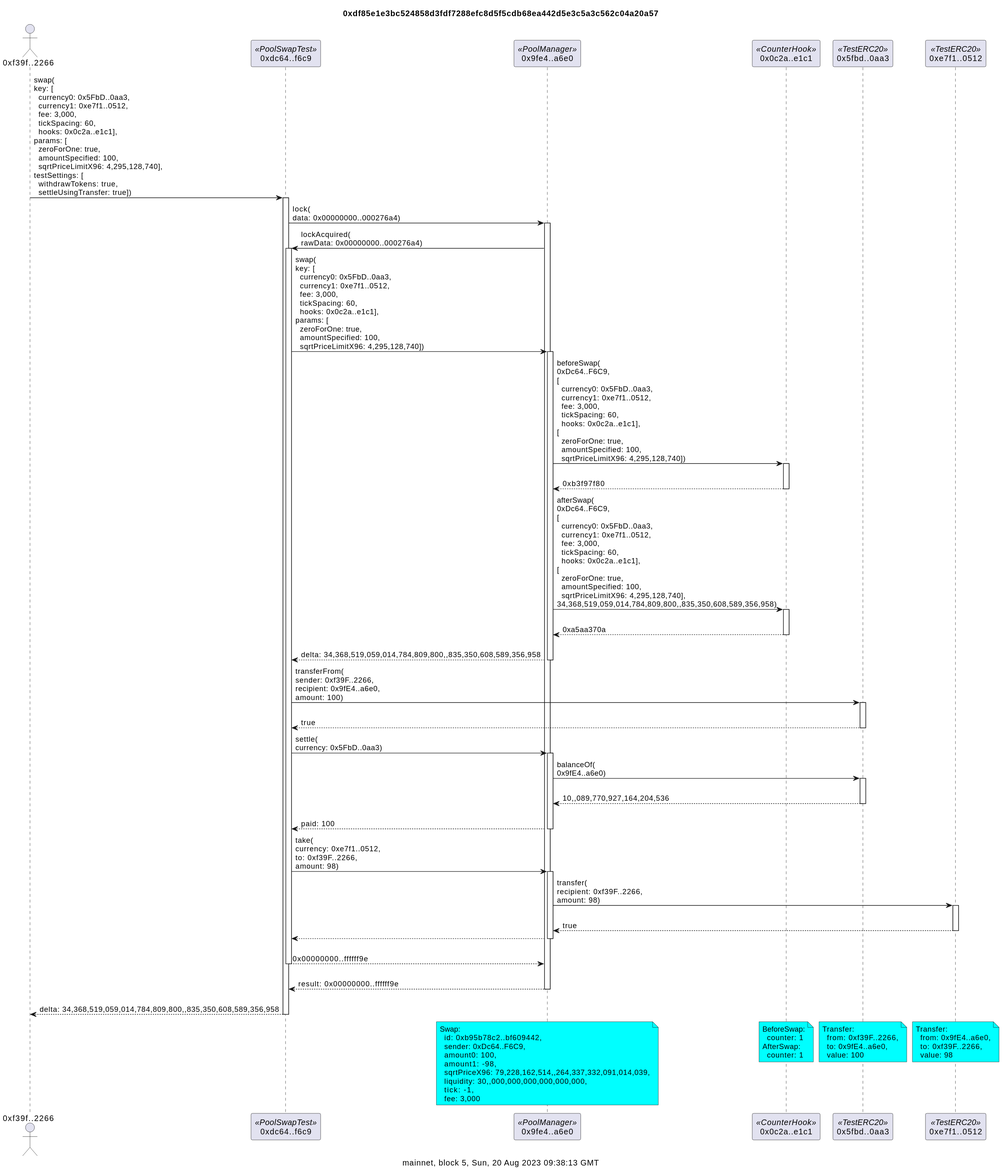
Before: docs/counterSwapDetailed.svg, a diagram exported from PlantUML (naddison36/uniswap-v4-hooks). Its diagram source:
```plantuml
@startuml
title 0xdf85e1e3bc524858d3fdf7288efc8d5f5cdb68ea442d5e3c5a3c562c04a20a57

caption mainnet, block 5, Sun, 20 Aug 2023 09:38:13 GMT
actor "0xf39f..2266" as f39f2266
participant "0xdc64..f6c9" as dc64f6c9 <<PoolSwapTest>>
participant "0x9fe4..a6e0" as 9fe4a6e0 <<PoolManager>>
participant "0x0c2a..e1c1" as 0c2ae1c1 <<CounterHook>>
participant "0x5fbd..0aa3" as 5fbd0aa3 <<TestERC20>>
participant "0xe7f1..0512" as e7f10512 <<TestERC20>>

f39f2266 -> dc64f6c9: swap(\nkey: [\n  currency0: 0x5FbD..0aa3,\n  currency1: 0xe7f1..0512,\n  fee: 3,000,\n  tickSpacing: 60,\n  hooks: 0x0c2a..e1c1],\nparams: [\n  zeroForOne: true,\n  amountSpecified: 100,\n  sqrtPriceLimitX96: 4,295,128,740],\ntestSettings: [\n  withdrawTokens: true,\n  settleUsingTransfer: true])
activate dc64f6c9
dc64f6c9 -> 9fe4a6e0: lock(\ndata: 0x00000000..000276a4)
activate 9fe4a6e0
9fe4a6e0 -> dc64f6c9: lockAcquired(\nrawData: 0x00000000..000276a4)
activate dc64f6c9
dc64f6c9 -> 9fe4a6e0: swap(\nkey: [\n  currency0: 0x5FbD..0aa3,\n  currency1: 0xe7f1..0512,\n  fee: 3,000,\n  tickSpacing: 60,\n  hooks: 0x0c2a..e1c1],\nparams: [\n  zeroForOne: true,\n  amountSpecified: 100,\n  sqrtPriceLimitX96: 4,295,128,740])
activate 9fe4a6e0
9fe4a6e0 -> 0c2ae1c1: beforeSwap(\n0xDc64..F6C9,\n[\n  currency0: 0x5FbD..0aa3,\n  currency1: 0xe7f1..0512,\n  fee: 3,000,\n  tickSpacing: 60,\n  hooks: 0x0c2a..e1c1],\n[\n  zeroForOne: true,\n  amountSpecified: 100,\n  sqrtPriceLimitX96: 4,295,128,740])
activate 0c2ae1c1
return\n0xb3f97f80
9fe4a6e0 -> 0c2ae1c1: afterSwap(\n0xDc64..F6C9,\n[\n  currency0: 0x5FbD..0aa3,\n  currency1: 0xe7f1..0512,\n  fee: 3,000,\n  tickSpacing: 60,\n  hooks: 0x0c2a..e1c1],\n[\n  zeroForOne: true,\n  amountSpecified: 100,\n  sqrtPriceLimitX96: 4,295,128,740],\n34,368,519,059,014,784,809,800,,835,350,608,589,356,958)
activate 0c2ae1c1
return\n0xa5aa370a
return\ndelta: 34,368,519,059,014,784,809,800,,835,350,608,589,356,958
dc64f6c9 -> 5fbd0aa3: transferFrom(\nsender: 0xf39F..2266,\nrecipient: 0x9fE4..a6e0,\namount: 100)
activate 5fbd0aa3
return\ntrue
dc64f6c9 -> 9fe4a6e0: settle(\ncurrency: 0x5FbD..0aa3)
activate 9fe4a6e0
9fe4a6e0 -> 5fbd0aa3: balanceOf(\n0x9fE4..a6e0)
activate 5fbd0aa3
return\n10,,089,770,927,164,204,536
return\npaid: 100
dc64f6c9 -> 9fe4a6e0: take(\ncurrency: 0xe7f1..0512,\nto: 0xf39F..2266,\namount: 98)
activate 9fe4a6e0
9fe4a6e0 -> e7f10512: transfer(\nrecipient: 0xf39F..2266,\namount: 98)
activate e7f10512
return\ntrue
return
return\n0x00000000..ffffff9e
return\nresult: 0x00000000..ffffff9e
return\ndelta: 34,368,519,059,014,784,809,800,,835,350,608,589,356,958

note over 9fe4a6e0 #aqua
Swap:
  id: 0xb95b78c2..bf609442,
  sender: 0xDc64..F6C9,
  amount0: 100,
  amount1: -98,
  sqrtPriceX96: 79,228,162,514,,264,337,332,091,014,039,
  liquidity: 30,,000,000,000,000,000,000,
  tick: -1,
  fee: 3,000
end note

/ note over 0c2ae1c1 #aqua
BeforeSwap:
  counter: 1
AfterSwap:
  counter: 1
end note

/ note over 5fbd0aa3 #aqua
Transfer:
  from: 0xf39F..2266,
  to: 0x9fE4..a6e0,
  value: 100
end note

/ note over e7f10512 #aqua
Transfer:
  from: 0x9fE4..a6e0,
  to: 0xf39F..2266,
  value: 98
end note
@enduml
```
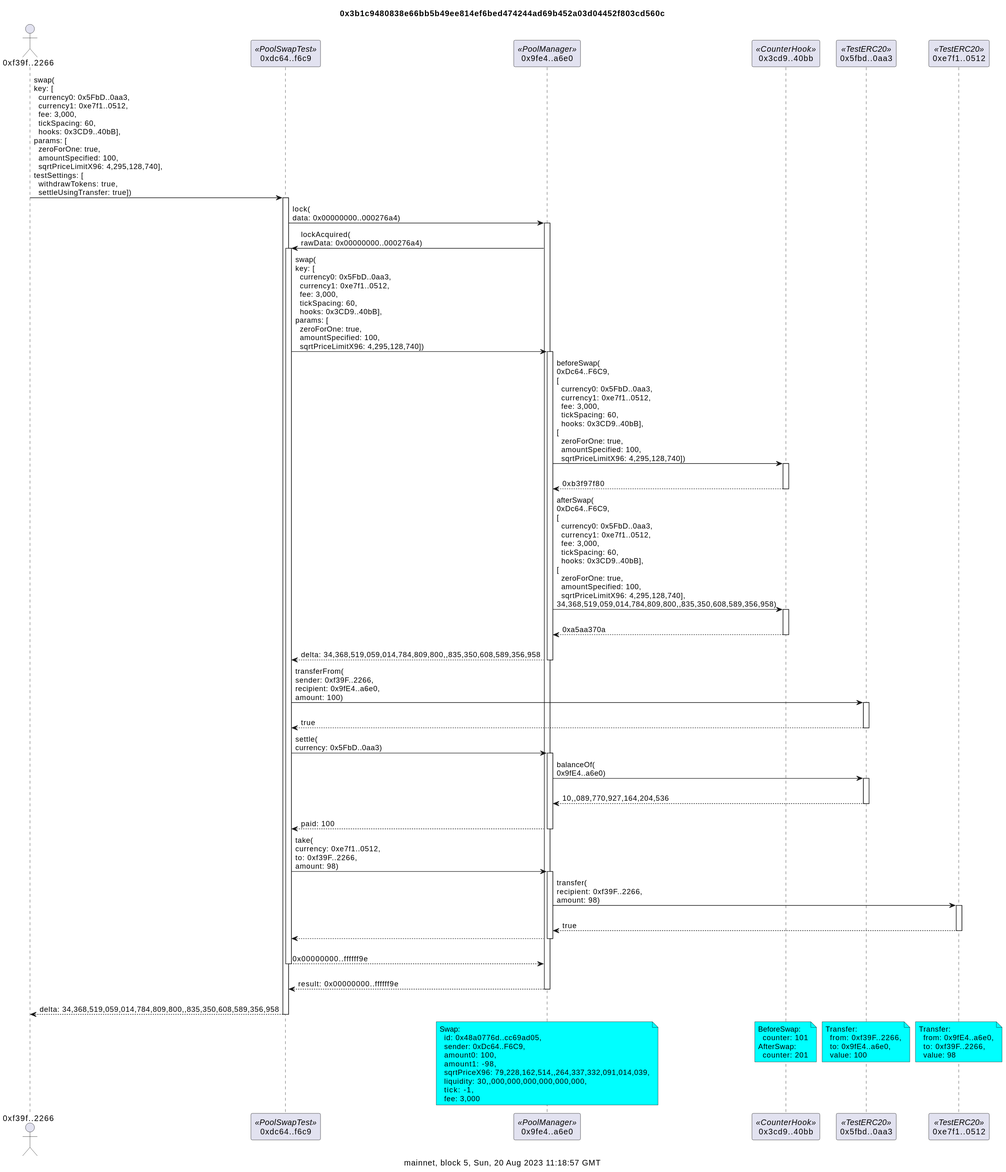
Above is the later version.

What changed in the source:
```diff
@@ -1,27 +1,27 @@
 @startuml
-title 0xdf85e1e3bc524858d3fdf7288efc8d5f5cdb68ea442d5e3c5a3c562c04a20a57
+title 0x3b1c9480838e66bb5b49ee814ef6bed474244ad69b452a03d04452f803cd560c
 
-caption mainnet, block 5, Sun, 20 Aug 2023 09:38:13 GMT
+caption mainnet, block 5, Sun, 20 Aug 2023 11:18:57 GMT
 actor "0xf39f..2266" as f39f2266
 participant "0xdc64..f6c9" as dc64f6c9 <<PoolSwapTest>>
 participant "0x9fe4..a6e0" as 9fe4a6e0 <<PoolManager>>
-participant "0x0c2a..e1c1" as 0c2ae1c1 <<CounterHook>>
+participant "0x3cd9..40bb" as 3cd940bb <<CounterHook>>
 participant "0x5fbd..0aa3" as 5fbd0aa3 <<TestERC20>>
 participant "0xe7f1..0512" as e7f10512 <<TestERC20>>
 
-f39f2266 -> dc64f6c9: swap(\nkey: [\n  currency0: 0x5FbD..0aa3,\n  currency1: 0xe7f1..0512,\n  fee: 3,000,\n  tickSpacing: 60,\n  hooks: 0x0c2a..e1c1],\nparams: [\n  zeroForOne: true,\n  amountSpecified: 100,\n  sqrtPriceLimitX96: 4,295,128,740],\ntestSettings: [\n  withdrawTokens: true,\n  settleUsingTransfer: true])
+f39f2266 -> dc64f6c9: swap(\nkey: [\n  currency0: 0x5FbD..0aa3,\n  currency1: 0xe7f1..0512,\n  fee: 3,000,\n  tickSpacing: 60,\n  hooks: 0x3CD9..40bB],\nparams: [\n  zeroForOne: true,\n  amountSpecified: 100,\n  sqrtPriceLimitX96: 4,295,128,740],\ntestSettings: [\n  withdrawTokens: true,\n  settleUsingTransfer: true])
 activate dc64f6c9
 dc64f6c9 -> 9fe4a6e0: lock(\ndata: 0x00000000..000276a4)
 activate 9fe4a6e0
 9fe4a6e0 -> dc64f6c9: lockAcquired(\nrawData: 0x00000000..000276a4)
 activate dc64f6c9
-dc64f6c9 -> 9fe4a6e0: swap(\nkey: [\n  currency0: 0x5FbD..0aa3,\n  currency1: 0xe7f1..0512,\n  fee: 3,000,\n  tickSpacing: 60,\n  hooks: 0x0c2a..e1c1],\nparams: [\n  zeroForOne: true,\n  amountSpecified: 100,\n  sqrtPriceLimitX96: 4,295,128,740])
+dc64f6c9 -> 9fe4a6e0: swap(\nkey: [\n  currency0: 0x5FbD..0aa3,\n  currency1: 0xe7f1..0512,\n  fee: 3,000,\n  tickSpacing: 60,\n  hooks: 0x3CD9..40bB],\nparams: [\n  zeroForOne: true,\n  amountSpecified: 100,\n  sqrtPriceLimitX96: 4,295,128,740])
 activate 9fe4a6e0
-9fe4a6e0 -> 0c2ae1c1: beforeSwap(\n0xDc64..F6C9,\n[\n  currency0: 0x5FbD..0aa3,\n  currency1: 0xe7f1..0512,\n  fee: 3,000,\n  tickSpacing: 60,\n  hooks: 0x0c2a..e1c1],\n[\n  zeroForOne: true,\n  amountSpecified: 100,\n  sqrtPriceLimitX96: 4,295,128,740])
-activate 0c2ae1c1
+9fe4a6e0 -> 3cd940bb: beforeSwap(\n0xDc64..F6C9,\n[\n  currency0: 0x5FbD..0aa3,\n  currency1: 0xe7f1..0512,\n  fee: 3,000,\n  tickSpacing: 60,\n  hooks: 0x3CD9..40bB],\n[\n  zeroForOne: true,\n  amountSpecified: 100,\n  sqrtPriceLimitX96: 4,295,128,740])
+activate 3cd940bb
 return\n0xb3f97f80
-9fe4a6e0 -> 0c2ae1c1: afterSwap(\n0xDc64..F6C9,\n[\n  currency0: 0x5FbD..0aa3,\n  currency1: 0xe7f1..0512,\n  fee: 3,000,\n  tickSpacing: 60,\n  hooks: 0x0c2a..e1c1],\n[\n  zeroForOne: true,\n  amountSpecified: 100,\n  sqrtPriceLimitX96: 4,295,128,740],\n34,368,519,059,014,784,809,800,,835,350,608,589,356,958)
-activate 0c2ae1c1
+9fe4a6e0 -> 3cd940bb: afterSwap(\n0xDc64..F6C9,\n[\n  currency0: 0x5FbD..0aa3,\n  currency1: 0xe7f1..0512,\n  fee: 3,000,\n  tickSpacing: 60,\n  hooks: 0x3CD9..40bB],\n[\n  zeroForOne: true,\n  amountSpecified: 100,\n  sqrtPriceLimitX96: 4,295,128,740],\n34,368,519,059,014,784,809,800,,835,350,608,589,356,958)
+activate 3cd940bb
 return\n0xa5aa370a
 return\ndelta: 34,368,519,059,014,784,809,800,,835,350,608,589,356,958
 dc64f6c9 -> 5fbd0aa3: transferFrom(\nsender: 0xf39F..2266,\nrecipient: 0x9fE4..a6e0,\namount: 100)
@@ -45,7 +45,7 @@
 
 note over 9fe4a6e0 #aqua
 Swap:
-  id: 0xb95b78c2..bf609442,
+  id: 0x48a0776d..cc69ad05,
   sender: 0xDc64..F6C9,
   amount0: 100,
   amount1: -98,
@@ -55,11 +55,11 @@
   fee: 3,000
 end note
 
-/ note over 0c2ae1c1 #aqua
+/ note over 3cd940bb #aqua
 BeforeSwap:
-  counter: 1
+  counter: 101
 AfterSwap:
-  counter: 1
+  counter: 201
 end note
 
 / note over 5fbd0aa3 #aqua
```
